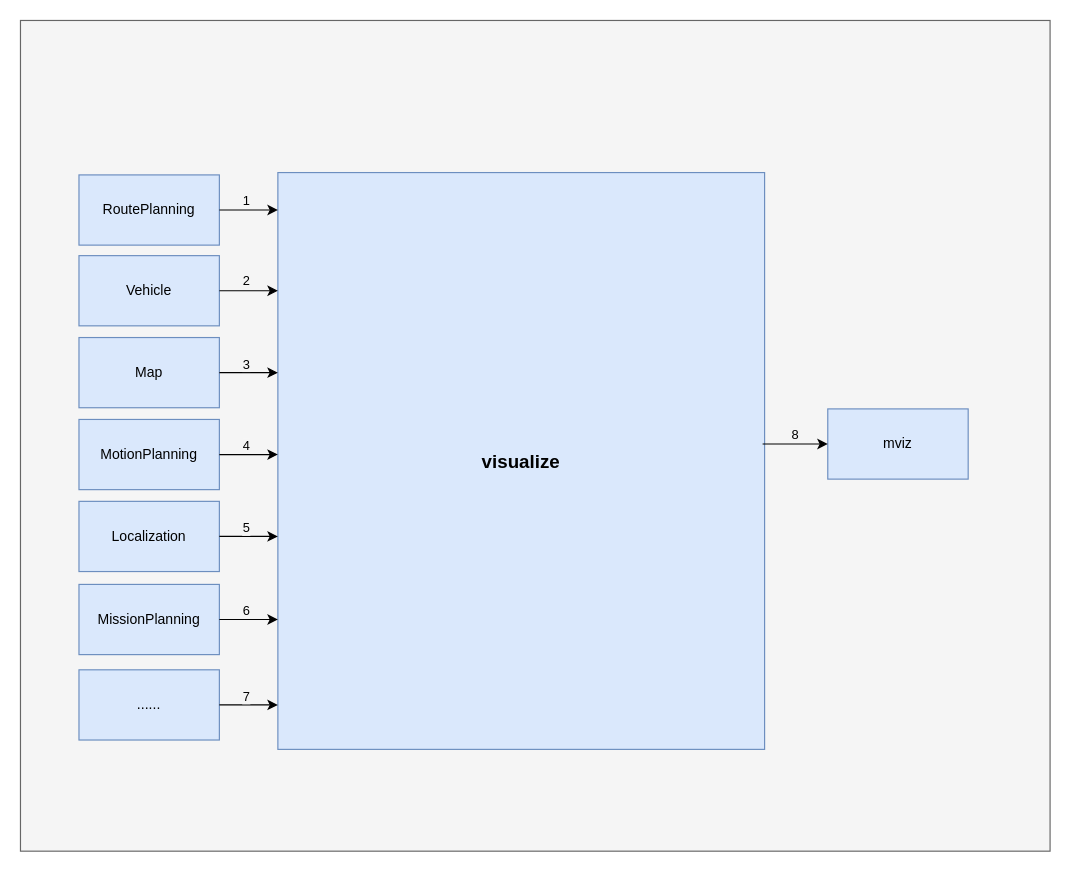
Earlier version of the draw.io diagram visualize输入输出图.drawio (xiaoleli/diagrams). Source tidied: cells renumbered, new cells numbered last; positions are measured from the earlier drawing's top-left corner, leaving out a move shared by most shapes. Both pictures are drawn from the tidied source at 117%, with x=0, y=0 at pixel (20, 20).
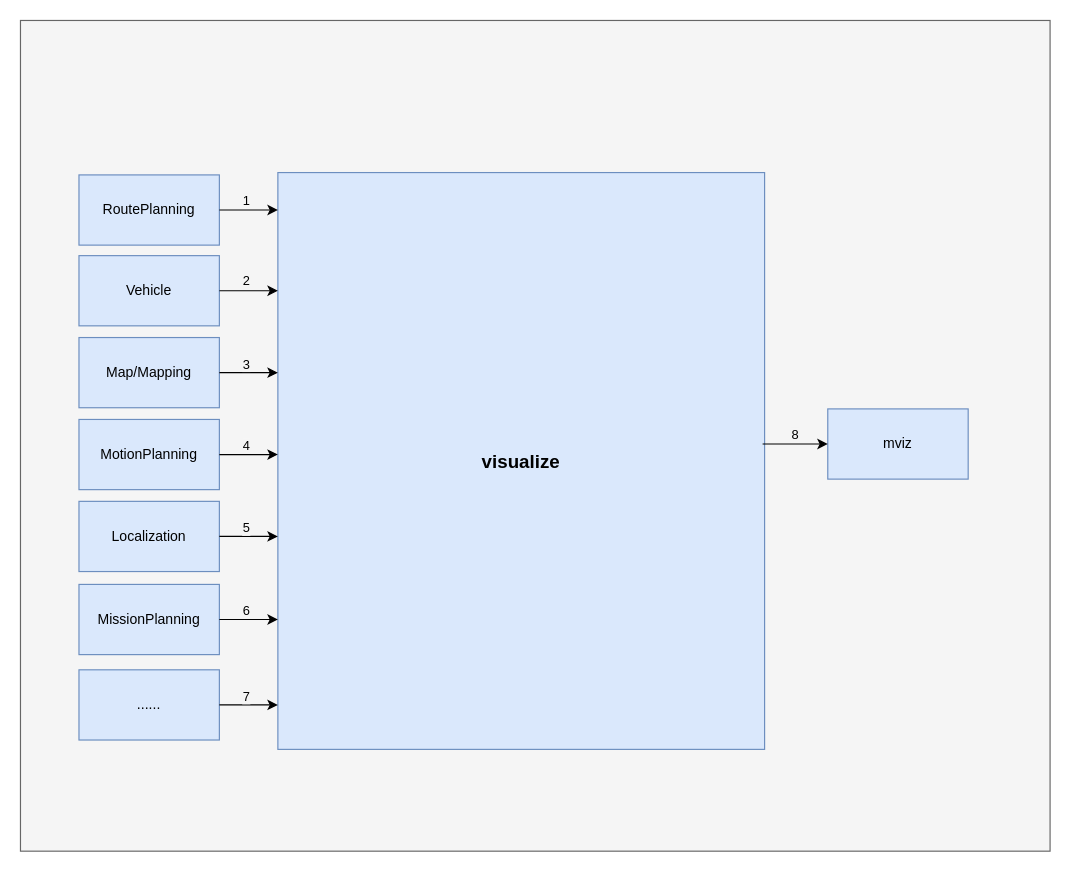
Above is the later version.

Commit message:
更新visualize输入输出图.drawio

The edit, as a diff of the source:
```diff
@@
-    <mxCell id="13" value="Map" style="rounded=0;whiteSpace=wrap;html=1;fillColor=#dae8fc;strokeColor=#6c8ebf;" parent="1" vertex="1">
+    <mxCell id="13" value="Map/Mapping" style="rounded=0;whiteSpace=wrap;html=1;fillColor=#dae8fc;strokeColor=#6c8ebf;" parent="1" vertex="1">
       <mxGeometry x="50" y="271" width="120" height="60" as="geometry" />
     </mxCell>
```
